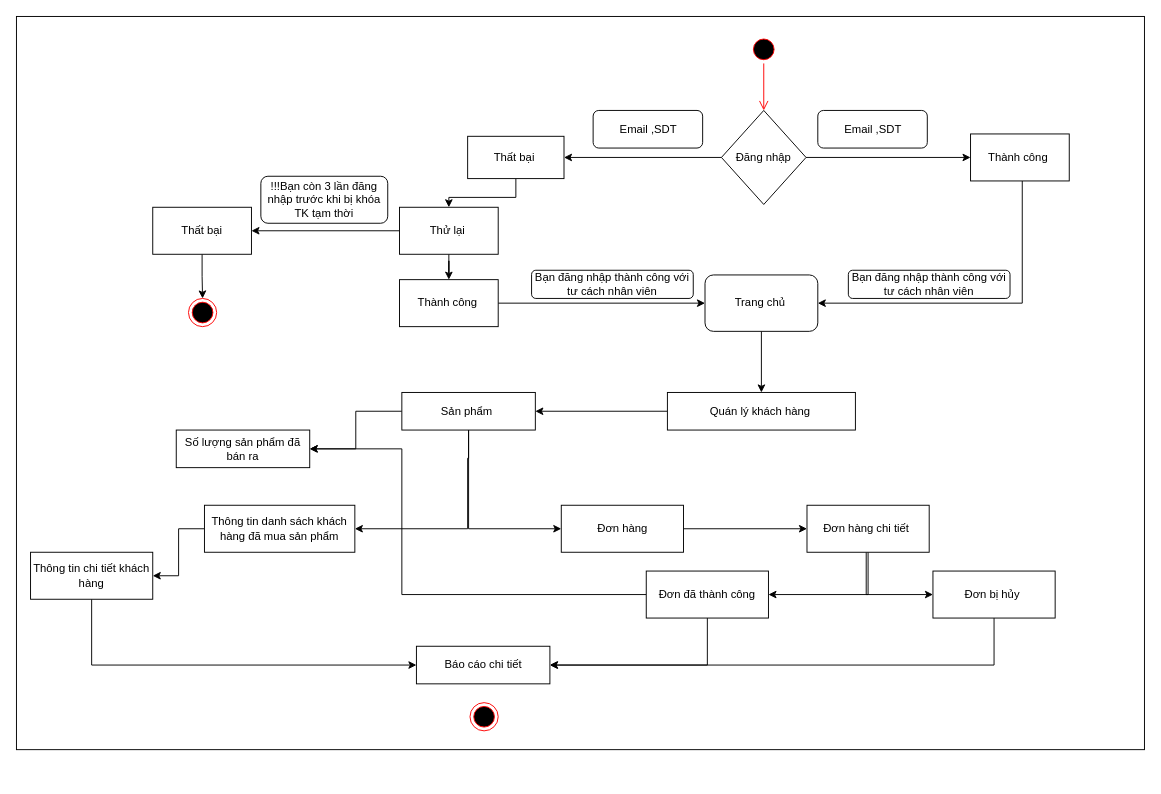
KhieuXThanh/QLDA keeps this draw.io diagram as page "tổng quát chức năng" (1 of 2) of Biểu đồ không có tiêu đề.drawio. Above is the earlier version. Source tidied: cells renumbered, new cells numbered last; positions are measured from the earlier drawing's top-left corner, leaving out a move shared by most shapes. Both pictures are drawn from the tidied source at 94%, with x=0, y=0 at pixel (16, 16).
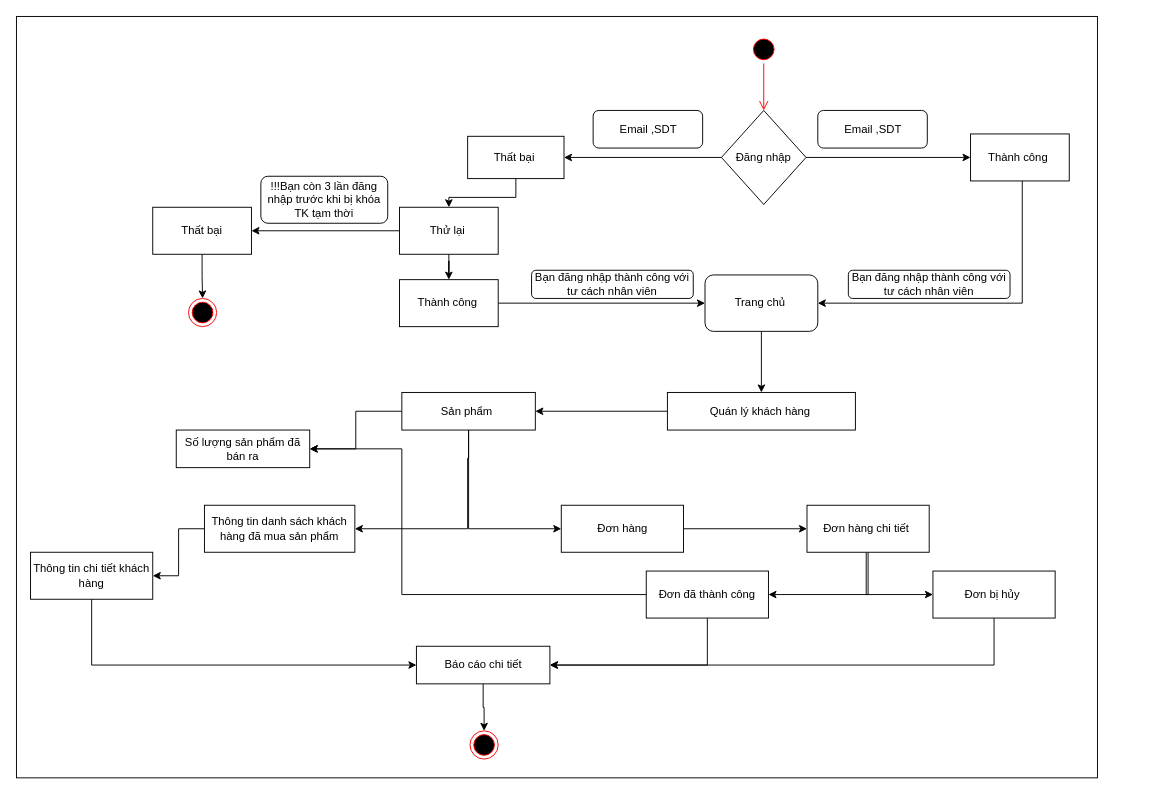
The same diagram, later.

Commit message:
Cập nhật Biểu đồ không có tiêu đề.drawio

Unchanged cells that the change refers to:
```xml
<mxCell id="46" value="Báo cáo chi tiết" style="rounded=0;whiteSpace=wrap;html=1;" parent="1" vertex="1">
  <mxGeometry x="425.5" y="670" width="142" height="40" as="geometry" />
</mxCell>
```

The edit, as a diff of the source:
```diff
@@
     <mxCell id="2" style="rounded=0;whiteSpace=wrap;html=1;" parent="1" vertex="1">
-      <mxGeometry width="1200" height="780" as="geometry" />
+      <mxGeometry width="1150" height="810" as="geometry" />
     </mxCell>
@@
+    <mxCell id="50" style="edgeStyle=orthogonalEdgeStyle;rounded=0;jettySize=auto;html=1;entryX=0.5;entryY=0;entryDx=0;entryDy=0;" parent="1" edge="1" source="46" target="47">
+      <mxGeometry relative="1" as="geometry" />
+    </mxCell>
@@
     <mxCell id="47" style="ellipse;html=1;shape=endState;fillColor=#000000;strokeColor=#ff0000;" parent="1" vertex="1">
-      <mxGeometry x="482.5" y="730" width="30" height="30" as="geometry" />
+      <mxGeometry x="482.5" y="760" width="30" height="30" as="geometry" />
     </mxCell>
```
